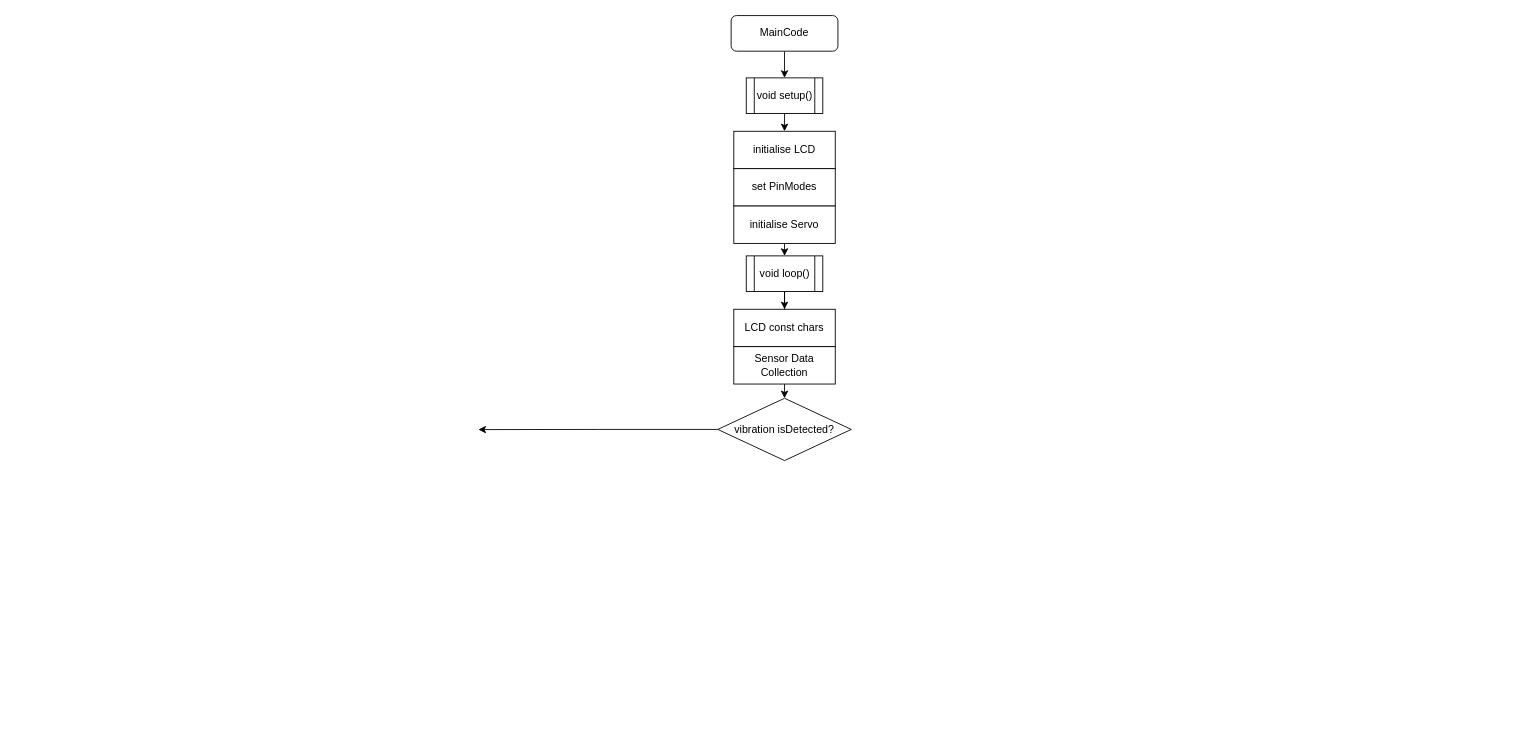
This is 2024_IDE_PRIME/Main/LandslideV1.drawio from MrEasybutton/LandslideV1, a draw.io file, before an edit. Source tidied: cells renumbered, new cells numbered last; positions are measured from the earlier drawing's top-left corner, leaving out a move shared by most shapes. Both pictures are drawn from the tidied source at 89%, with x=0, y=0 at pixel (478, 15).
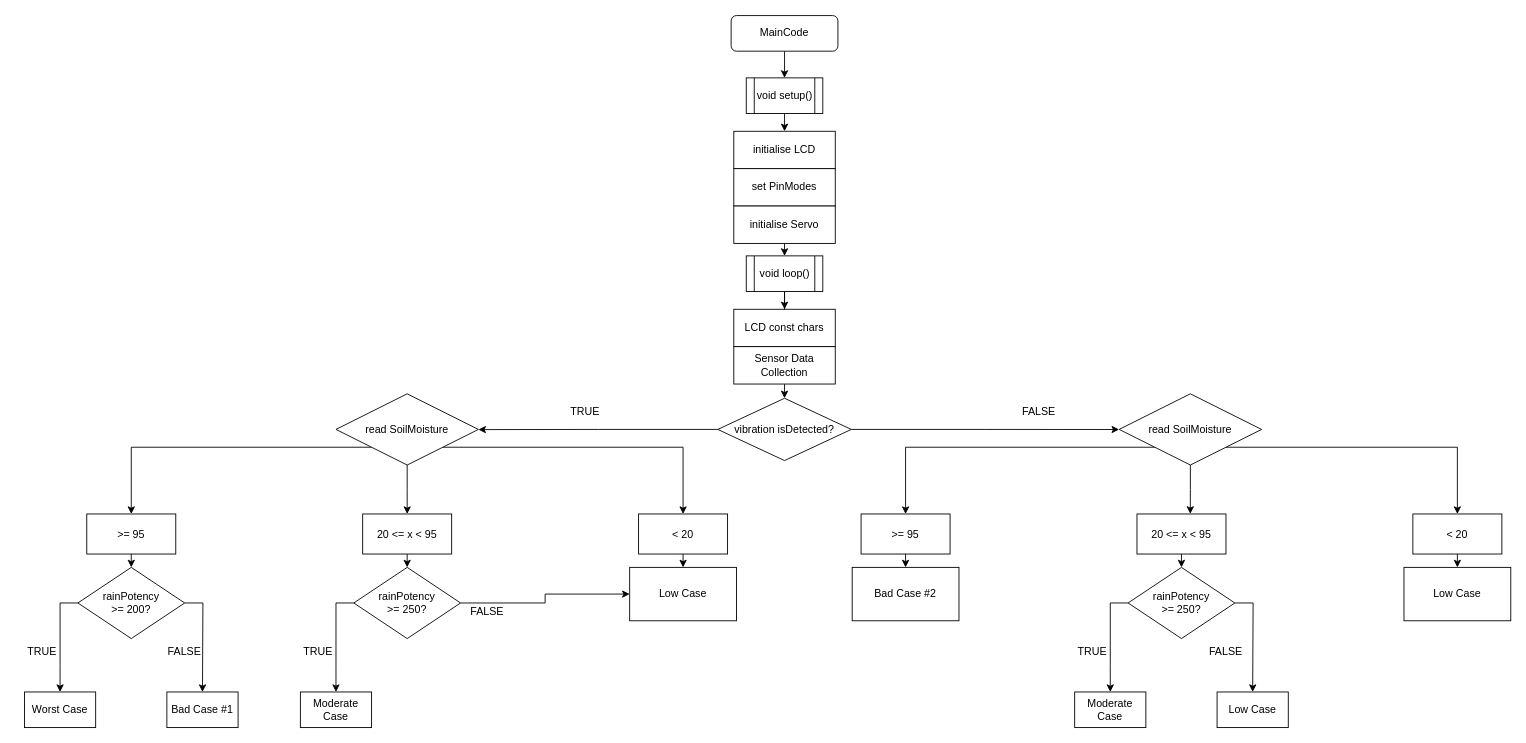
The same page after the edit.

Unchanged cells that the change refers to:
```xml
<mxCell id="16" value="vibration isDetected?" style="rhombus;whiteSpace=wrap;html=1;" parent="1" vertex="1">
  <mxGeometry x="269" y="430" width="150" height="70" as="geometry" />
</mxCell>
```

Diff of the diagram source:
```diff
@@
+    <mxCell id="17" style="edgeStyle=orthogonalEdgeStyle;rounded=0;jettySize=auto;html=1;exitX=1;exitY=0.5;exitDx=0;exitDy=0;" parent="1" edge="1" source="16">
+      <mxGeometry relative="1" as="geometry">
+        <mxPoint x="720" y="465.1" as="targetPoint" />
+      </mxGeometry>
+    </mxCell>
@@
+    <mxCell id="18" value="TRUE" style="text;html=1;align=center;verticalAlign=middle;whiteSpace=wrap;rounded=0;" parent="1" vertex="1">
+      <mxGeometry x="90" y="430" width="60" height="30" as="geometry" />
+    </mxCell>
+    <mxCell id="19" value="FALSE" style="text;html=1;align=center;verticalAlign=middle;whiteSpace=wrap;rounded=0;" parent="1" vertex="1">
+      <mxGeometry x="600" y="430" width="60" height="30" as="geometry" />
+    </mxCell>
+    <mxCell id="20" style="edgeStyle=orthogonalEdgeStyle;rounded=0;jettySize=auto;html=1;exitX=0.5;exitY=1;exitDx=0;exitDy=0;" parent="1" edge="1" source="23">
+      <mxGeometry relative="1" as="geometry">
+        <mxPoint x="-80" y="560" as="targetPoint" />
+      </mxGeometry>
+    </mxCell>
+    <mxCell id="21" style="edgeStyle=orthogonalEdgeStyle;rounded=0;jettySize=auto;html=1;exitX=0;exitY=1;exitDx=0;exitDy=0;entryX=0.5;entryY=0;entryDx=0;entryDy=0;" parent="1" edge="1" source="23" target="28">
+      <mxGeometry relative="1" as="geometry" />
+    </mxCell>
+    <mxCell id="22" style="edgeStyle=orthogonalEdgeStyle;rounded=0;jettySize=auto;html=1;exitX=1;exitY=1;exitDx=0;exitDy=0;entryX=0.5;entryY=0;entryDx=0;entryDy=0;" parent="1" edge="1" source="23" target="45">
+      <mxGeometry relative="1" as="geometry" />
+    </mxCell>
+    <mxCell id="23" value="read SoilMoisture" style="rhombus;whiteSpace=wrap;html=1;" parent="1" vertex="1">
+      <mxGeometry x="-160" y="425" width="160" height="80" as="geometry" />
+    </mxCell>
+    <mxCell id="24" style="edgeStyle=orthogonalEdgeStyle;rounded=0;jettySize=auto;html=1;exitX=0;exitY=1;exitDx=0;exitDy=0;entryX=0.5;entryY=0;entryDx=0;entryDy=0;" parent="1" edge="1" source="26" target="48">
+      <mxGeometry relative="1" as="geometry" />
+    </mxCell>
+    <mxCell id="25" style="edgeStyle=orthogonalEdgeStyle;rounded=0;jettySize=auto;html=1;exitX=1;exitY=1;exitDx=0;exitDy=0;entryX=0.5;entryY=0;entryDx=0;entryDy=0;" parent="1" edge="1" source="26" target="57">
+      <mxGeometry relative="1" as="geometry" />
+    </mxCell>
+    <mxCell id="26" value="read SoilMoisture" style="rhombus;whiteSpace=wrap;html=1;" parent="1" vertex="1">
+      <mxGeometry x="720" y="425" width="160" height="80" as="geometry" />
+    </mxCell>
+    <mxCell id="27" style="edgeStyle=orthogonalEdgeStyle;rounded=0;jettySize=auto;html=1;exitX=0.5;exitY=1;exitDx=0;exitDy=0;entryX=0.5;entryY=0;entryDx=0;entryDy=0;" parent="1" edge="1" source="28" target="32">
+      <mxGeometry relative="1" as="geometry" />
+    </mxCell>
+    <mxCell id="28" value="&amp;gt;= 95" style="rounded=0;whiteSpace=wrap;html=1;" parent="1" vertex="1">
+      <mxGeometry x="-440" y="560" width="100" height="45" as="geometry" />
+    </mxCell>
+    <mxCell id="29" value="20 &amp;lt;= x &amp;lt; 95" style="rounded=0;whiteSpace=wrap;html=1;" parent="1" vertex="1">
+      <mxGeometry x="-130" y="560" width="100" height="45" as="geometry" />
+    </mxCell>
+    <mxCell id="30" style="edgeStyle=orthogonalEdgeStyle;rounded=0;jettySize=auto;html=1;exitX=0;exitY=0.5;exitDx=0;exitDy=0;" parent="1" edge="1" source="32">
+      <mxGeometry relative="1" as="geometry">
+        <mxPoint x="-470" y="760" as="targetPoint" />
+      </mxGeometry>
+    </mxCell>
+    <mxCell id="31" style="edgeStyle=orthogonalEdgeStyle;rounded=0;jettySize=auto;html=1;exitX=1;exitY=0.5;exitDx=0;exitDy=0;" parent="1" edge="1" source="32">
+      <mxGeometry relative="1" as="geometry">
+        <mxPoint x="-310" y="760" as="targetPoint" />
+      </mxGeometry>
+    </mxCell>
+    <mxCell id="32" value="rainPotency&lt;div&gt;&amp;gt;= 200?&lt;/div&gt;" style="rhombus;whiteSpace=wrap;html=1;" parent="1" vertex="1">
+      <mxGeometry x="-450" y="620" width="120" height="80" as="geometry" />
+    </mxCell>
+    <mxCell id="33" value="TRUE" style="text;html=1;align=center;verticalAlign=middle;whiteSpace=wrap;rounded=0;" parent="1" vertex="1">
+      <mxGeometry x="-520" y="700" width="60" height="30" as="geometry" />
+    </mxCell>
+    <mxCell id="34" value="FALSE" style="text;html=1;align=center;verticalAlign=middle;whiteSpace=wrap;rounded=0;" parent="1" vertex="1">
+      <mxGeometry x="-360" y="700" width="60" height="30" as="geometry" />
+    </mxCell>
+    <mxCell id="35" value="Bad Case #1" style="rounded=0;whiteSpace=wrap;html=1;" parent="1" vertex="1">
+      <mxGeometry x="-350" y="760" width="80" height="40" as="geometry" />
+    </mxCell>
+    <mxCell id="36" value="Worst Case" style="rounded=0;whiteSpace=wrap;html=1;" parent="1" vertex="1">
+      <mxGeometry x="-510" y="760" width="80" height="40" as="geometry" />
+    </mxCell>
+    <mxCell id="37" style="edgeStyle=orthogonalEdgeStyle;rounded=0;jettySize=auto;html=1;exitX=0.5;exitY=1;exitDx=0;exitDy=0;entryX=0.5;entryY=0;entryDx=0;entryDy=0;" parent="1" edge="1" target="40">
+      <mxGeometry relative="1" as="geometry">
+        <mxPoint x="-80" y="605" as="sourcePoint" />
+      </mxGeometry>
+    </mxCell>
+    <mxCell id="38" style="edgeStyle=orthogonalEdgeStyle;rounded=0;jettySize=auto;html=1;exitX=0;exitY=0.5;exitDx=0;exitDy=0;" parent="1" edge="1" source="40">
+      <mxGeometry relative="1" as="geometry">
+        <mxPoint x="-160" y="760" as="targetPoint" />
+      </mxGeometry>
+    </mxCell>
+    <mxCell id="39" style="edgeStyle=orthogonalEdgeStyle;rounded=0;jettySize=auto;html=1;exitX=1;exitY=0.5;exitDx=0;exitDy=0;entryX=0;entryY=0.5;entryDx=0;entryDy=0;" parent="1" edge="1" source="40" target="46">
+      <mxGeometry relative="1" as="geometry" />
+    </mxCell>
+    <mxCell id="40" value="rainPotency&lt;div&gt;&amp;gt;= 250?&lt;/div&gt;" style="rhombus;whiteSpace=wrap;html=1;" parent="1" vertex="1">
+      <mxGeometry x="-140" y="620" width="120" height="80" as="geometry" />
+    </mxCell>
+    <mxCell id="41" value="TRUE" style="text;html=1;align=center;verticalAlign=middle;whiteSpace=wrap;rounded=0;" parent="1" vertex="1">
+      <mxGeometry x="-210" y="700" width="60" height="30" as="geometry" />
+    </mxCell>
+    <mxCell id="42" value="FALSE" style="text;html=1;align=center;verticalAlign=middle;whiteSpace=wrap;rounded=0;" parent="1" vertex="1">
+      <mxGeometry x="-20" y="660" width="60" height="20" as="geometry" />
+    </mxCell>
+    <mxCell id="43" value="Moderate Case" style="rounded=0;whiteSpace=wrap;html=1;" parent="1" vertex="1">
+      <mxGeometry x="-200" y="760" width="80" height="40" as="geometry" />
+    </mxCell>
+    <mxCell id="44" style="edgeStyle=orthogonalEdgeStyle;rounded=0;jettySize=auto;html=1;exitX=0.5;exitY=1;exitDx=0;exitDy=0;entryX=0.5;entryY=0;entryDx=0;entryDy=0;" parent="1" edge="1" source="45">
+      <mxGeometry relative="1" as="geometry">
+        <mxPoint x="230" y="620" as="targetPoint" />
+      </mxGeometry>
+    </mxCell>
+    <mxCell id="45" value="&amp;lt; 20" style="rounded=0;whiteSpace=wrap;html=1;" parent="1" vertex="1">
+      <mxGeometry x="180" y="560" width="100" height="45" as="geometry" />
+    </mxCell>
+    <mxCell id="46" value="Low Case" style="rounded=0;whiteSpace=wrap;html=1;" parent="1" vertex="1">
+      <mxGeometry x="170" y="620" width="120" height="60" as="geometry" />
+    </mxCell>
+    <mxCell id="47" style="edgeStyle=orthogonalEdgeStyle;rounded=0;jettySize=auto;html=1;exitX=0.5;exitY=1;exitDx=0;exitDy=0;entryX=0.5;entryY=0;entryDx=0;entryDy=0;" parent="1" edge="1" source="48">
+      <mxGeometry relative="1" as="geometry">
+        <mxPoint x="480" y="620" as="targetPoint" />
+      </mxGeometry>
+    </mxCell>
+    <mxCell id="48" value="&amp;gt;= 95" style="rounded=0;whiteSpace=wrap;html=1;" parent="1" vertex="1">
+      <mxGeometry x="430" y="560" width="100" height="45" as="geometry" />
+    </mxCell>
+    <mxCell id="49" value="20 &amp;lt;= x &amp;lt; 95" style="rounded=0;whiteSpace=wrap;html=1;" parent="1" vertex="1">
+      <mxGeometry x="740" y="560" width="100" height="45" as="geometry" />
+    </mxCell>
+    <mxCell id="50" style="edgeStyle=orthogonalEdgeStyle;rounded=0;jettySize=auto;html=1;exitX=0.5;exitY=1;exitDx=0;exitDy=0;entryX=0.5;entryY=0;entryDx=0;entryDy=0;" parent="1" edge="1" target="53">
+      <mxGeometry relative="1" as="geometry">
+        <mxPoint x="790" y="605" as="sourcePoint" />
+      </mxGeometry>
+    </mxCell>
+    <mxCell id="51" style="edgeStyle=orthogonalEdgeStyle;rounded=0;jettySize=auto;html=1;exitX=0;exitY=0.5;exitDx=0;exitDy=0;" parent="1" edge="1" source="53">
+      <mxGeometry relative="1" as="geometry">
+        <mxPoint x="710" y="760" as="targetPoint" />
+      </mxGeometry>
+    </mxCell>
+    <mxCell id="52" style="edgeStyle=orthogonalEdgeStyle;rounded=0;jettySize=auto;html=1;exitX=1;exitY=0.5;exitDx=0;exitDy=0;" parent="1" edge="1" source="53">
+      <mxGeometry relative="1" as="geometry">
+        <mxPoint x="870" y="760" as="targetPoint" />
+      </mxGeometry>
+    </mxCell>
+    <mxCell id="53" value="rainPotency&lt;div&gt;&amp;gt;= 250?&lt;/div&gt;" style="rhombus;whiteSpace=wrap;html=1;" parent="1" vertex="1">
+      <mxGeometry x="730" y="620" width="120" height="80" as="geometry" />
+    </mxCell>
+    <mxCell id="54" value="TRUE" style="text;html=1;align=center;verticalAlign=middle;whiteSpace=wrap;rounded=0;" parent="1" vertex="1">
+      <mxGeometry x="660" y="700" width="60" height="30" as="geometry" />
+    </mxCell>
+    <mxCell id="55" value="Moderate Case" style="rounded=0;whiteSpace=wrap;html=1;" parent="1" vertex="1">
+      <mxGeometry x="670" y="760" width="80" height="40" as="geometry" />
+    </mxCell>
+    <mxCell id="56" style="edgeStyle=orthogonalEdgeStyle;rounded=0;jettySize=auto;html=1;exitX=0.5;exitY=1;exitDx=0;exitDy=0;entryX=0.5;entryY=0;entryDx=0;entryDy=0;" parent="1" edge="1" source="57">
+      <mxGeometry relative="1" as="geometry">
+        <mxPoint x="1100" y="620" as="targetPoint" />
+      </mxGeometry>
+    </mxCell>
+    <mxCell id="57" value="&amp;lt; 20" style="rounded=0;whiteSpace=wrap;html=1;" parent="1" vertex="1">
+      <mxGeometry x="1050" y="560" width="100" height="45" as="geometry" />
+    </mxCell>
+    <mxCell id="58" style="edgeStyle=orthogonalEdgeStyle;rounded=0;jettySize=auto;html=1;exitX=0.5;exitY=1;exitDx=0;exitDy=0;entryX=0.599;entryY=-0.003;entryDx=0;entryDy=0;entryPerimeter=0;" parent="1" edge="1" source="26" target="49">
+      <mxGeometry relative="1" as="geometry" />
+    </mxCell>
+    <mxCell id="59" value="Bad Case #2" style="rounded=0;whiteSpace=wrap;html=1;" parent="1" vertex="1">
+      <mxGeometry x="420" y="620" width="120" height="60" as="geometry" />
+    </mxCell>
+    <mxCell id="60" value="Low Case" style="rounded=0;whiteSpace=wrap;html=1;" parent="1" vertex="1">
+      <mxGeometry x="830" y="760" width="80" height="40" as="geometry" />
+    </mxCell>
+    <mxCell id="61" value="FALSE" style="text;html=1;align=center;verticalAlign=middle;whiteSpace=wrap;rounded=0;" parent="1" vertex="1">
+      <mxGeometry x="810" y="700" width="60" height="30" as="geometry" />
+    </mxCell>
+    <mxCell id="62" value="Low Case" style="rounded=0;whiteSpace=wrap;html=1;" parent="1" vertex="1">
+      <mxGeometry x="1040" y="620" width="120" height="60" as="geometry" />
+    </mxCell>
```
